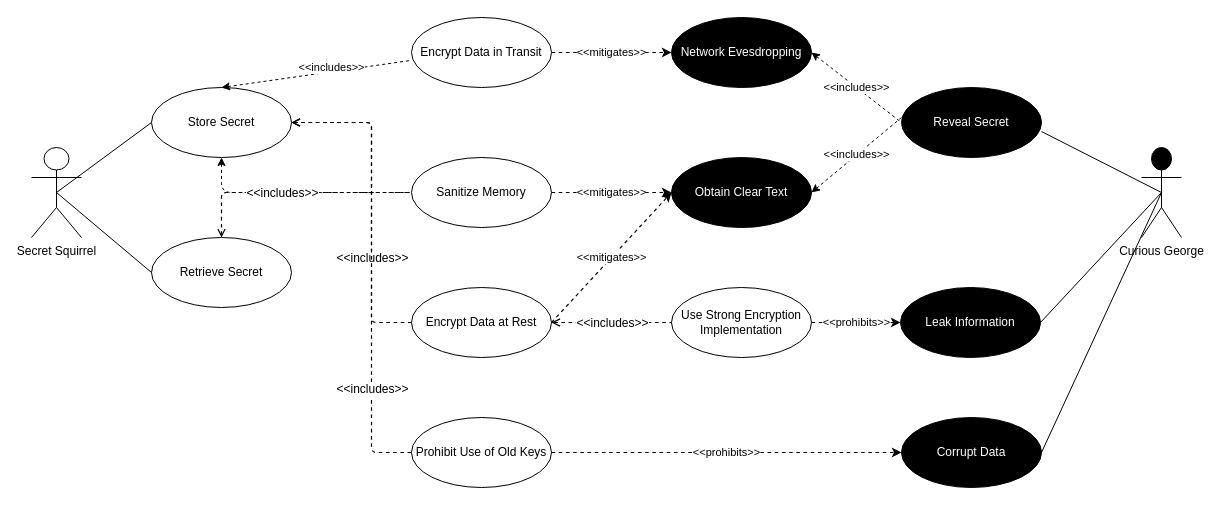
Above: page "Secrets" (3 of 5) of Images/Use Cases.drawio in sdfrench/CYBR8420-GotRoot (draw.io), before the change. Source tidied: cells renumbered, new cells numbered last; positions are measured from the earlier drawing's top-left corner, leaving out a move shared by most shapes. Both pictures are drawn from the tidied source at 100%, with x=0, y=0 at pixel (31, 17).
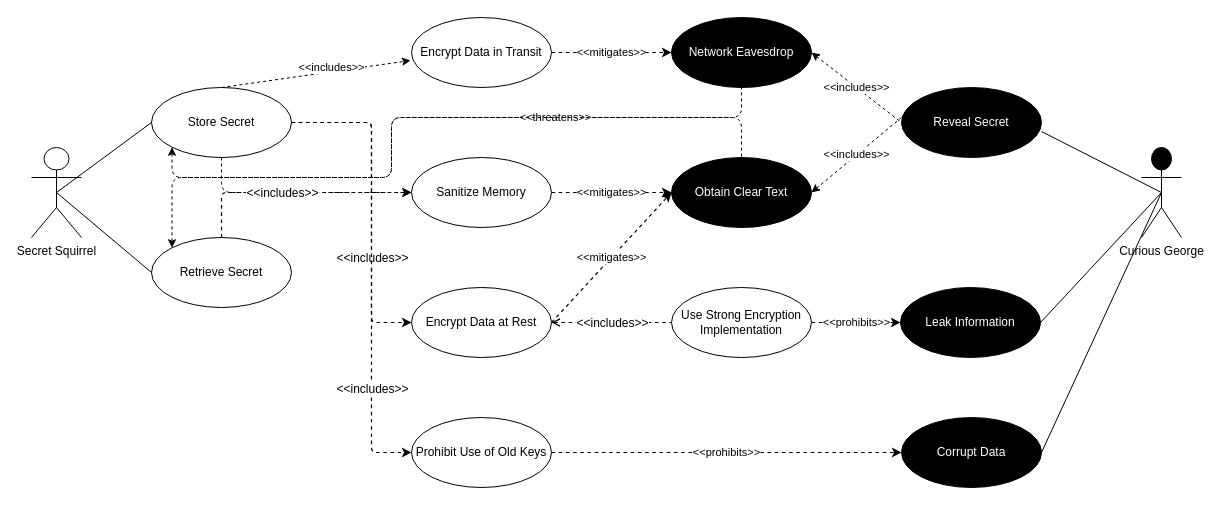
The same diagram, later.

Unchanged cells that the change refers to:
```xml
<mxCell id="2" value="Store Secret" style="ellipse;whiteSpace=wrap;html=1;" parent="1" vertex="1">
  <mxGeometry x="120" y="70" width="140" height="70" as="geometry" />
</mxCell>
<mxCell id="9" value="Retrieve Secret" style="ellipse;whiteSpace=wrap;html=1;" parent="1" vertex="1">
  <mxGeometry x="120" y="220" width="140" height="70" as="geometry" />
</mxCell>
<mxCell id="11" value="Encrypt Data in Transit" style="ellipse;whiteSpace=wrap;html=1;" parent="1" vertex="1">
  <mxGeometry x="380" width="140" height="70" as="geometry" />
</mxCell>
<mxCell id="12" value="Sanitize Memory" style="ellipse;whiteSpace=wrap;html=1;" parent="1" vertex="1">
  <mxGeometry x="380" y="140" width="140" height="70" as="geometry" />
</mxCell>
<mxCell id="13" value="Encrypt Data at Rest" style="ellipse;whiteSpace=wrap;html=1;" parent="1" vertex="1">
  <mxGeometry x="380" y="270" width="140" height="70" as="geometry" />
</mxCell>
<mxCell id="14" value="Prohibit Use of Old Keys" style="ellipse;whiteSpace=wrap;html=1;" parent="1" vertex="1">
  <mxGeometry x="380" y="400" width="140" height="70" as="geometry" />
</mxCell>
<mxCell id="17" value="Obtain Clear Text" style="ellipse;whiteSpace=wrap;html=1;fillColor=#000000;fontColor=#FFFFFF;" parent="1" vertex="1">
  <mxGeometry x="640" y="140" width="140" height="70" as="geometry" />
</mxCell>
```

Change to the diagram source:
```diff
@@
-    <mxCell id="3" style="html=1;jettySize=18;fontSize=11;strokeOpacity=100;dashed=1;strokeWidth=1.2;rounded=1;arcSize=10;startArrow=open;endArrow=none;elbow=vertical;endFill=0;entryX=0;entryY=0.5;entryDx=0;entryDy=0;exitX=0.5;exitY=0;exitDx=0;exitDy=0;edgeStyle=orthogonalEdgeStyle;" parent="1" edge="1" source="9" target="12">
+    <mxCell id="3" style="html=1;jettySize=18;fontSize=11;strokeOpacity=100;dashed=1;strokeWidth=1.2;rounded=1;arcSize=10;startArrow=none;endArrow=classic;elbow=vertical;endFill=1;entryX=0;entryY=0.5;entryDx=0;entryDy=0;exitX=0.5;exitY=0;exitDx=0;exitDy=0;edgeStyle=orthogonalEdgeStyle;startFill=0;" parent="1" edge="1" source="9" target="12">
       <mxGeometry relative="1" as="geometry">
         <Array as="points">
           <mxPoint x="190" y="175" />
         </Array>
       </mxGeometry>
     </mxCell>
@@
-    <mxCell id="10" value="&amp;lt;&amp;lt;includes&amp;gt;&amp;gt;" style="edgeStyle=none;rounded=1;jettySize=auto;html=1;dashed=1;startArrow=classic;startFill=1;endArrow=none;endFill=0;fontColor=#000000;entryX=-0.007;entryY=0.614;entryDx=0;entryDy=0;entryPerimeter=0;exitX=0.5;exitY=0;exitDx=0;exitDy=0;" parent="1" edge="1" source="2" target="11">
+    <mxCell id="10" value="&amp;lt;&amp;lt;includes&amp;gt;&amp;gt;" style="edgeStyle=none;rounded=1;jettySize=auto;html=1;dashed=1;startArrow=none;startFill=0;endArrow=classic;endFill=1;fontColor=#000000;entryX=-0.007;entryY=0.614;entryDx=0;entryDy=0;entryPerimeter=0;exitX=0.5;exitY=0;exitDx=0;exitDy=0;" parent="1" edge="1" source="2" target="11">
       <mxGeometry x="0.17" y="4" relative="1" as="geometry" />
     </mxCell>
@@
-    <mxCell id="15" value="Network Evesdropping" style="ellipse;whiteSpace=wrap;html=1;fillColor=#000000;fontColor=#FFFFFF;" parent="1" vertex="1">
+    <mxCell id="15" value="Network Eavesdrop" style="ellipse;whiteSpace=wrap;html=1;fillColor=#000000;fontColor=#FFFFFF;" parent="1" vertex="1">
       <mxGeometry x="640" width="140" height="70" as="geometry" />
     </mxCell>
@@
-    <mxCell id="24" style="rounded=1;jettySize=auto;html=1;entryX=0;entryY=0.5;entryDx=0;entryDy=0;fontColor=#FFFFFF;startArrow=classic;startFill=1;endArrow=none;endFill=0;dashed=1;edgeStyle=orthogonalEdgeStyle;exitX=0.5;exitY=1;exitDx=0;exitDy=0;" parent="1" edge="1" source="2" target="12">
+    <mxCell id="24" style="rounded=1;jettySize=auto;html=1;entryX=0;entryY=0.5;entryDx=0;entryDy=0;fontColor=#FFFFFF;startArrow=none;startFill=0;endArrow=classic;endFill=1;dashed=1;edgeStyle=orthogonalEdgeStyle;exitX=0.5;exitY=1;exitDx=0;exitDy=0;" parent="1" edge="1" source="2" target="12">
       <mxGeometry relative="1" as="geometry">
         <Array as="points">
           <mxPoint x="190" y="175" />
         </Array>
       </mxGeometry>
     </mxCell>
@@
-    <mxCell id="36" style="html=1;jettySize=18;fontSize=11;strokeOpacity=100;dashed=1;strokeWidth=1.2;rounded=1;arcSize=10;startArrow=open;endArrow=none;elbow=vertical;endFill=0;entryX=0;entryY=0.5;entryDx=0;entryDy=0;exitX=1;exitY=0.5;exitDx=0;exitDy=0;edgeStyle=orthogonalEdgeStyle;" parent="1" edge="1" source="2" target="13">
+    <mxCell id="36" style="html=1;jettySize=18;fontSize=11;strokeOpacity=100;dashed=1;strokeWidth=1.2;rounded=1;arcSize=10;startArrow=none;endArrow=classic;elbow=vertical;endFill=1;entryX=0;entryY=0.5;entryDx=0;entryDy=0;exitX=1;exitY=0.5;exitDx=0;exitDy=0;edgeStyle=orthogonalEdgeStyle;startFill=0;" parent="1" edge="1" source="2" target="13">
       <mxGeometry relative="1" as="geometry">
         <Array as="points">
           <mxPoint x="340" y="105" />
           <mxPoint x="340" y="305" />
         </Array>
       </mxGeometry>
     </mxCell>
@@
-    <mxCell id="39" style="html=1;jettySize=18;fontSize=11;strokeOpacity=100;dashed=1;strokeWidth=1.2;rounded=1;arcSize=10;startArrow=open;endArrow=none;elbow=vertical;endFill=0;entryX=0;entryY=0.5;entryDx=0;entryDy=0;exitX=1;exitY=0.5;exitDx=0;exitDy=0;edgeStyle=orthogonalEdgeStyle;" parent="1" edge="1" source="2" target="14">
+    <mxCell id="39" style="html=1;jettySize=18;fontSize=11;strokeOpacity=100;dashed=1;strokeWidth=1.2;rounded=1;arcSize=10;startArrow=none;endArrow=classic;elbow=vertical;endFill=1;entryX=0;entryY=0.5;entryDx=0;entryDy=0;exitX=1;exitY=0.5;exitDx=0;exitDy=0;edgeStyle=orthogonalEdgeStyle;startFill=0;" parent="1" edge="1" source="2" target="14">
       <mxGeometry relative="1" as="geometry">
         <Array as="points">
           <mxPoint x="340" y="105" />
           <mxPoint x="340" y="435" />
         </Array>
       </mxGeometry>
     </mxCell>
@@
+    <mxCell id="42" value="&amp;lt;&amp;lt;threatens&amp;gt;&amp;gt;" style="edgeStyle=orthogonalEdgeStyle;rounded=1;jettySize=auto;html=1;dashed=1;startArrow=classic;startFill=1;endArrow=none;endFill=0;fontColor=#000000;entryX=0.5;entryY=0;entryDx=0;entryDy=0;exitX=0;exitY=0;exitDx=0;exitDy=0;" parent="1" edge="1" source="9" target="17">
+      <mxGeometry x="0.39" relative="1" as="geometry">
+        <Array as="points">
+          <mxPoint x="141" y="160" />
+          <mxPoint x="360" y="160" />
+          <mxPoint x="360" y="100" />
+          <mxPoint x="710" y="100" />
+        </Array>
+      </mxGeometry>
+    </mxCell>
+    <mxCell id="43" style="edgeStyle=orthogonalEdgeStyle;rounded=1;jettySize=auto;html=1;dashed=1;startArrow=classic;startFill=1;endArrow=none;endFill=0;fontColor=#000000;entryX=0.5;entryY=1;entryDx=0;entryDy=0;exitX=0;exitY=1;exitDx=0;exitDy=0;" parent="1" edge="1" source="2" target="15">
+      <mxGeometry x="0.39" relative="1" as="geometry">
+        <Array as="points">
+          <mxPoint x="141" y="160" />
+          <mxPoint x="360" y="160" />
+          <mxPoint x="360" y="100" />
+          <mxPoint x="710" y="100" />
+        </Array>
+      </mxGeometry>
+    </mxCell>
```
